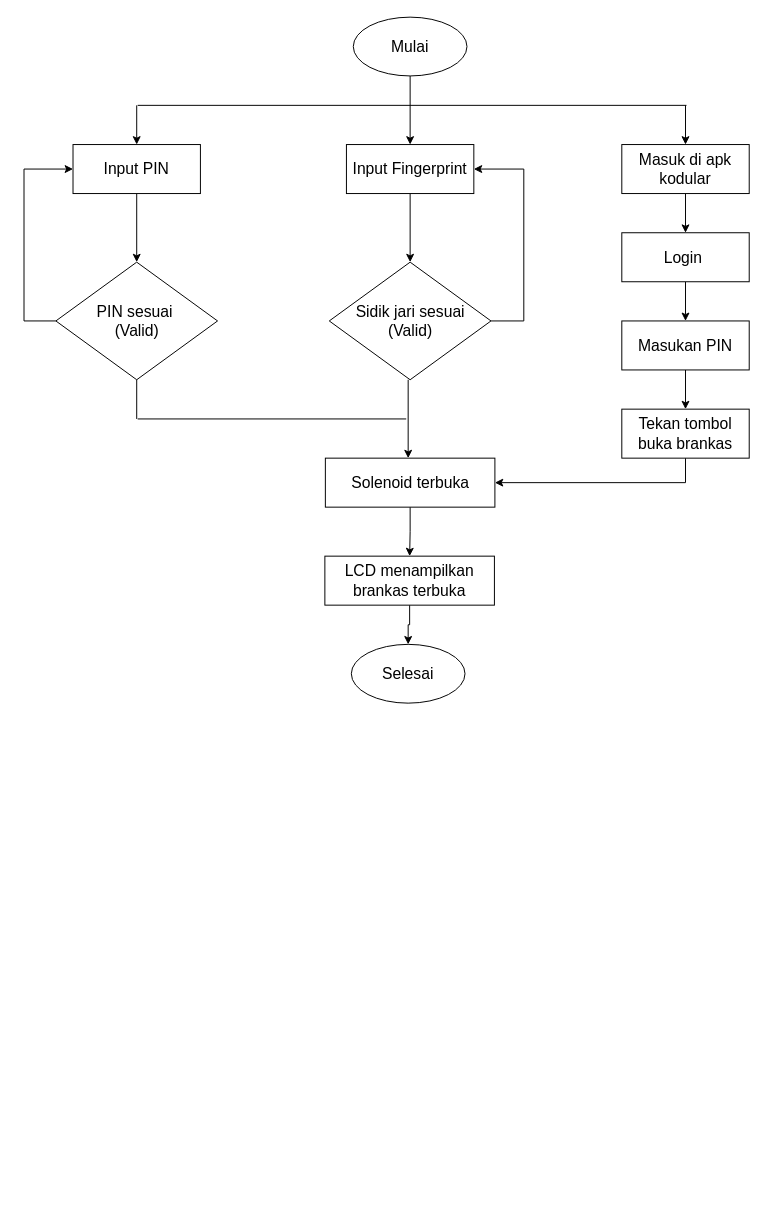
putrinadiasudartomo/13020210003_Modul7_dan_Modul8_PutriNadiaSudartomo keeps this draw.io diagram as Untitled Diagram.drawio. Above is the earlier version. Source tidied: cells renumbered, new cells numbered last; positions are measured from the earlier drawing's top-left corner, leaving out a move shared by most shapes. Both pictures are drawn from the tidied source at 98%, with x=0, y=0 at pixel (24, 17).
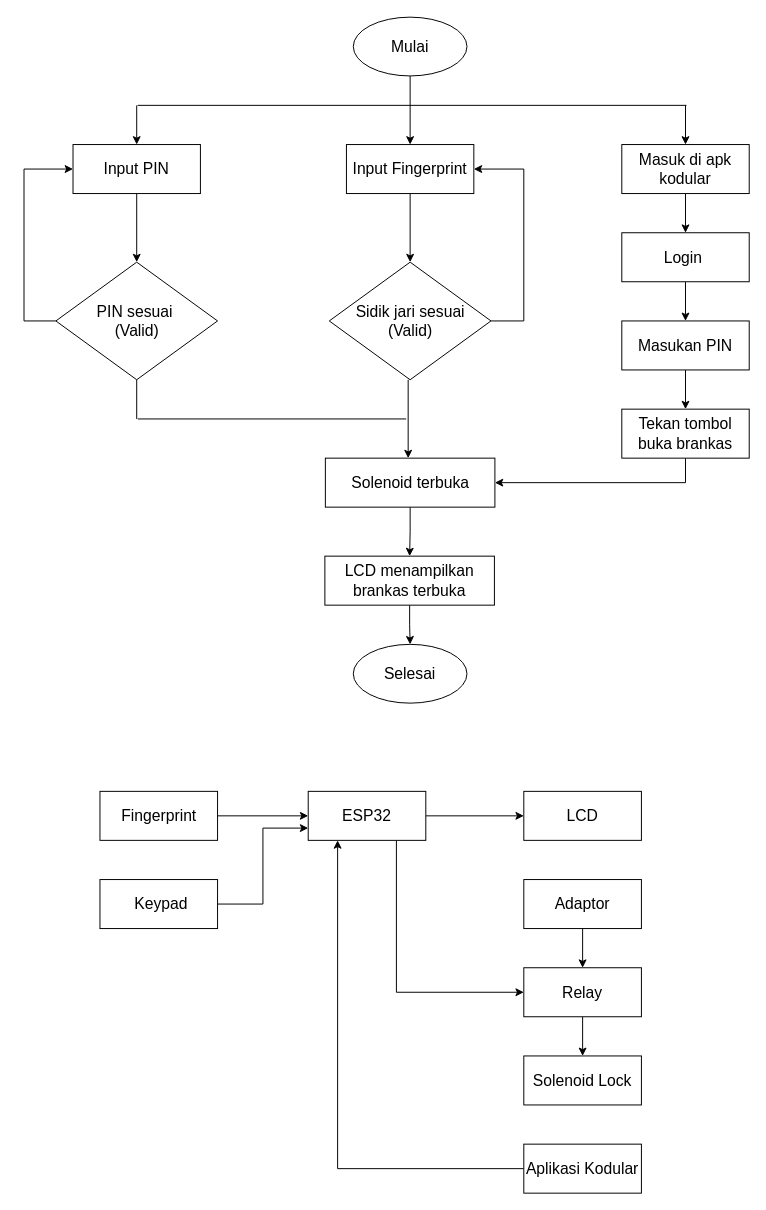
Above is the later version.

Diff of the diagram source:
```diff
@@
     <mxCell id="19" value="&lt;font size=&quot;3&quot;&gt;Selesai&lt;/font&gt;" style="ellipse;whiteSpace=wrap;html=1;" parent="1" vertex="1">
-      <mxGeometry x="334" y="640" width="116" height="60" as="geometry" />
+      <mxGeometry x="336" y="640" width="116" height="60" as="geometry" />
     </mxCell>
@@
+    <mxCell id="31" style="edgeStyle=orthogonalEdgeStyle;rounded=0;jettySize=auto;html=1;exitX=1;exitY=0.5;exitDx=0;exitDy=0;" parent="1" edge="1" source="32" target="37">
+      <mxGeometry relative="1" as="geometry" />
+    </mxCell>
+    <mxCell id="32" value="&lt;font size=&quot;3&quot;&gt;Fingerprint&lt;/font&gt;" style="rounded=0;whiteSpace=wrap;html=1;" parent="1" vertex="1">
+      <mxGeometry x="77.5" y="790" width="120" height="50" as="geometry" />
+    </mxCell>
+    <mxCell id="33" style="edgeStyle=orthogonalEdgeStyle;rounded=0;jettySize=auto;html=1;exitX=1;exitY=0.5;exitDx=0;exitDy=0;entryX=0;entryY=0.75;entryDx=0;entryDy=0;" parent="1" edge="1" source="34" target="37">
+      <mxGeometry relative="1" as="geometry" />
+    </mxCell>
+    <mxCell id="34" value="&lt;font size=&quot;3&quot;&gt;&amp;nbsp;Keypad&lt;/font&gt;" style="rounded=0;whiteSpace=wrap;html=1;" parent="1" vertex="1">
+      <mxGeometry x="77.5" y="880" width="120" height="50" as="geometry" />
+    </mxCell>
+    <mxCell id="35" style="edgeStyle=orthogonalEdgeStyle;rounded=0;jettySize=auto;html=1;exitX=1;exitY=0.5;exitDx=0;exitDy=0;entryX=0;entryY=0.5;entryDx=0;entryDy=0;" parent="1" edge="1" source="37" target="38">
+      <mxGeometry relative="1" as="geometry" />
+    </mxCell>
+    <mxCell id="36" style="edgeStyle=orthogonalEdgeStyle;rounded=0;jettySize=auto;html=1;exitX=0.75;exitY=1;exitDx=0;exitDy=0;entryX=0;entryY=0.5;entryDx=0;entryDy=0;" parent="1" edge="1" source="37" target="42">
+      <mxGeometry relative="1" as="geometry" />
+    </mxCell>
+    <mxCell id="37" value="&lt;font size=&quot;3&quot;&gt;ESP32&lt;/font&gt;" style="rounded=0;whiteSpace=wrap;html=1;" parent="1" vertex="1">
+      <mxGeometry x="290" y="790" width="120" height="50" as="geometry" />
+    </mxCell>
+    <mxCell id="38" value="&lt;font size=&quot;3&quot;&gt;LCD&lt;/font&gt;" style="rounded=0;whiteSpace=wrap;html=1;" parent="1" vertex="1">
+      <mxGeometry x="510" y="790" width="120" height="50" as="geometry" />
+    </mxCell>
+    <mxCell id="39" style="edgeStyle=orthogonalEdgeStyle;rounded=0;jettySize=auto;html=1;exitX=0.5;exitY=1;exitDx=0;exitDy=0;" parent="1" edge="1" source="40" target="42">
+      <mxGeometry relative="1" as="geometry" />
+    </mxCell>
+    <mxCell id="40" value="&lt;font size=&quot;3&quot;&gt;Adaptor&lt;/font&gt;" style="rounded=0;whiteSpace=wrap;html=1;" parent="1" vertex="1">
+      <mxGeometry x="510" y="880" width="120" height="50" as="geometry" />
+    </mxCell>
+    <mxCell id="41" style="edgeStyle=orthogonalEdgeStyle;rounded=0;jettySize=auto;html=1;exitX=0.5;exitY=1;exitDx=0;exitDy=0;entryX=0.5;entryY=0;entryDx=0;entryDy=0;" parent="1" edge="1" source="42" target="43">
+      <mxGeometry relative="1" as="geometry" />
+    </mxCell>
+    <mxCell id="42" value="&lt;font size=&quot;3&quot;&gt;Relay&lt;/font&gt;" style="rounded=0;whiteSpace=wrap;html=1;" parent="1" vertex="1">
+      <mxGeometry x="510" y="970" width="120" height="50" as="geometry" />
+    </mxCell>
+    <mxCell id="43" value="&lt;font size=&quot;3&quot;&gt;Solenoid Lock&lt;/font&gt;" style="rounded=0;whiteSpace=wrap;html=1;" parent="1" vertex="1">
+      <mxGeometry x="510" y="1060" width="120" height="50" as="geometry" />
+    </mxCell>
+    <mxCell id="44" style="edgeStyle=orthogonalEdgeStyle;rounded=0;jettySize=auto;html=1;exitX=0;exitY=0.5;exitDx=0;exitDy=0;entryX=0.25;entryY=1;entryDx=0;entryDy=0;" parent="1" edge="1" source="45" target="37">
+      <mxGeometry relative="1" as="geometry" />
+    </mxCell>
+    <mxCell id="45" value="&lt;font size=&quot;3&quot;&gt;Aplikasi Kodular&lt;/font&gt;" style="rounded=0;whiteSpace=wrap;html=1;" parent="1" vertex="1">
+      <mxGeometry x="510" y="1150" width="120" height="50" as="geometry" />
+    </mxCell>
```
